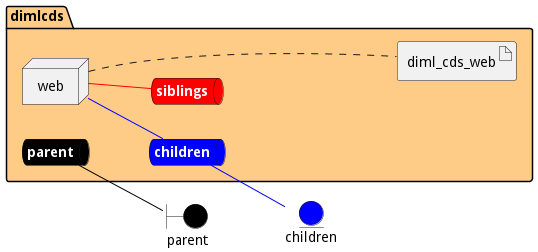
This is docs/edgemere/diml/cds/envs/dev/deployment.png from madajaju/edgemere, a PlantUML export, as it was before one commit. Its diagram source:
```plantuml
@startuml

left to right direction


boundary parent #black


entity children #blue




package "dimlcds" #ffcc88 {
    queue parentnet #black [
            <b><color:white>parent</color></b>
    ]

    parentnet -[#black]- parent

    queue childrennet #blue [
            <b><color:white>children</color></b>
    ]

    childrennet -[#blue]- children

    queue siblingsnet #red [
            <b><color:white>siblings</color></b>
    ]


node "web" as webService


        artifact "diml_cds_web" as diml_cds_webimage

}

webService -[#blue]- childrennet

webService -[#red]- siblingsnet
webService .... diml_cds_webimage


@enduml
```
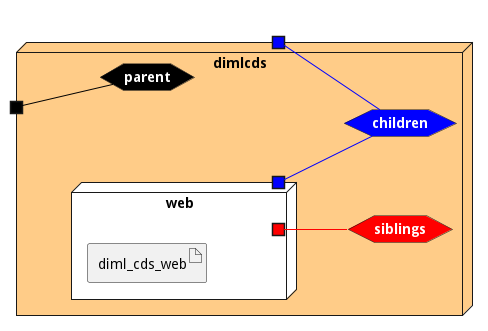
The same file after the commit.

Change to the diagram source:
```diff
@@ -3,43 +3,45 @@
 left to right direction
 
 
-boundary parent #black
-
-
-entity children #blue
 
 
 
 
-package "dimlcds" #ffcc88 {
-    queue parentnet #black [
+
+node "dimlcds" #ffcc88 {
+
+
+    hexagon parentnet #black [
             <b><color:white>parent</color></b>
     ]
 
-    parentnet -[#black]- parent
+    portin " " as parentnetPortIn #black
+    parentnetPortIn -[#black]- parentnet
 
-    queue childrennet #blue [
+    hexagon childrennet #blue [
             <b><color:white>children</color></b>
     ]
 
-    childrennet -[#blue]- children
+    portout " " as childrennetPortOut #blue
+    childrennet -[#blue]- childrennetPortOut
 
-    queue siblingsnet #red [
+    hexagon siblingsnet #red [
             <b><color:white>siblings</color></b>
     ]
 
 
-node "web" as webService
+node "web" as webService #white {
+    portOut " " as webServicechildrennet #blue
+   webServicechildrennet -[#blue]- childrennet
+       portOut " " as webServicesiblingsnet #red
+   webServicesiblingsnet -[#red]- siblingsnet
 
 
-        artifact "diml_cds_web" as diml_cds_webimage
+    artifact "diml_cds_web" as diml_cds_webimage
 
 }
 
-webService -[#blue]- childrennet
-
-webService -[#red]- siblingsnet
-webService .... diml_cds_webimage
+}
 
 
 @enduml
```
